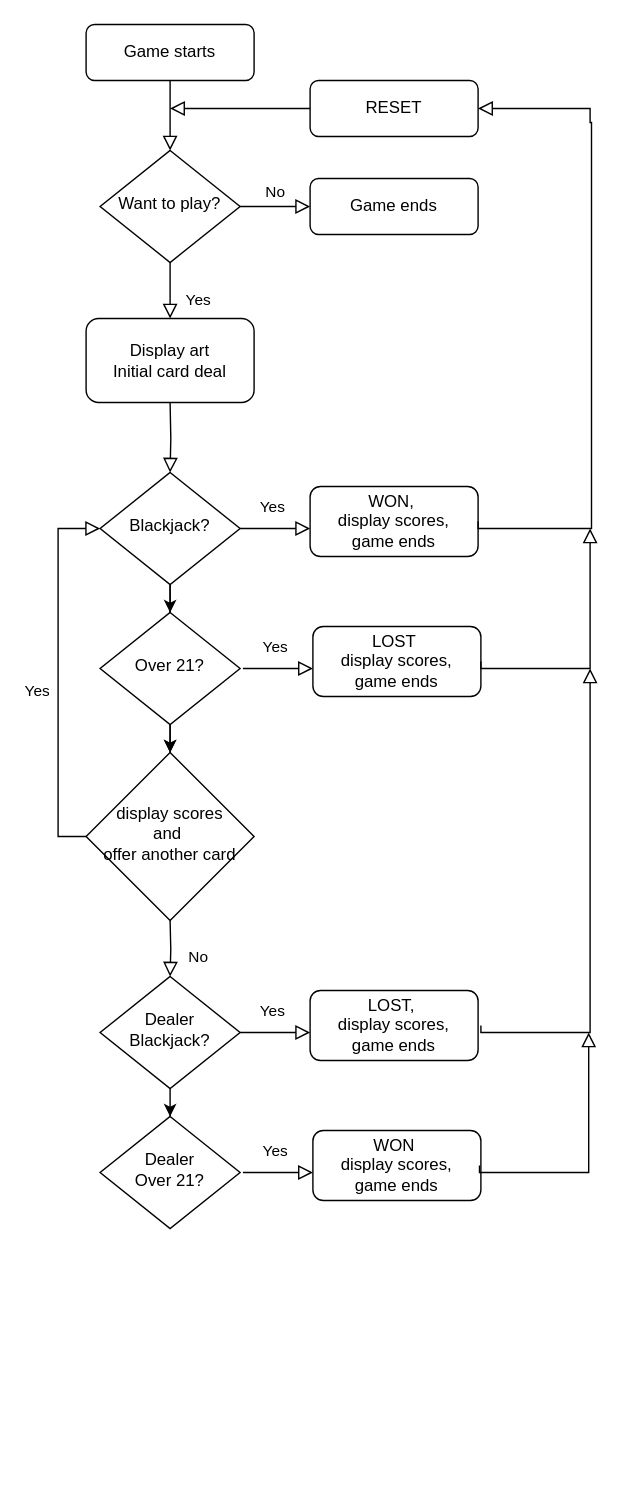
Before: blackjack/Flowchart.drawio in mirella4real/python-projects, a draw.io diagram. Source tidied: cells renumbered, new cells numbered last; positions are measured from the earlier drawing's top-left corner, leaving out a move shared by most shapes. Both pictures are drawn from the tidied source at 140%, with x=0, y=0 at pixel (85, 24).
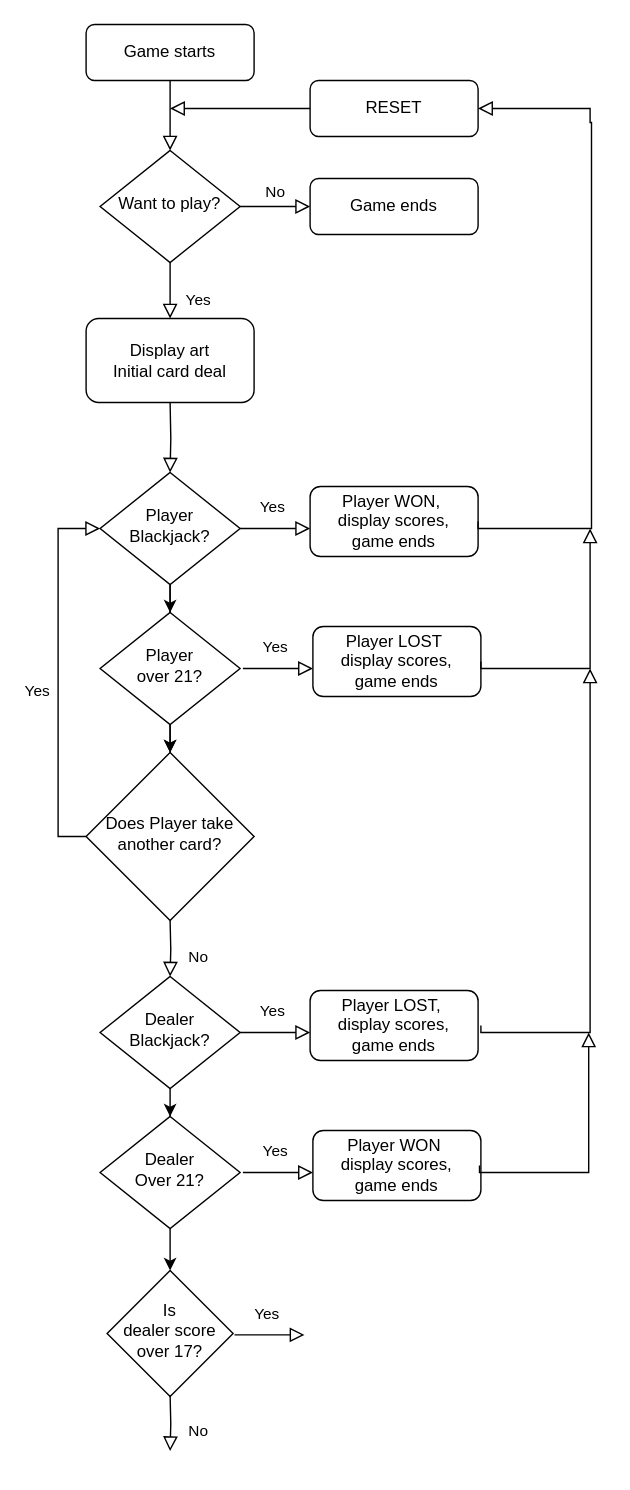
The same page after the edit.

Commit message:
Update to partial flowchart

Unchanged cells that the change refers to:
```xml
<mxCell id="32" value="Dealer&lt;div&gt;Over 21?&lt;/div&gt;" style="rhombus;whiteSpace=wrap;html=1;shadow=0;strokeWidth=1;spacing=6;spacingTop=-4;" parent="1" vertex="1">
  <mxGeometry x="10" y="780" width="100" height="80" as="geometry" />
</mxCell>
```

Diff of the diagram source:
```diff
@@
-    <mxCell id="12" value="Blackjack?" style="rhombus;whiteSpace=wrap;html=1;shadow=0;fontFamily=Helvetica;fontSize=12;align=center;strokeWidth=1;spacing=6;spacingTop=-4;" parent="1" vertex="1">
+    <mxCell id="12" value="Player&lt;div&gt;Blackjack?&lt;/div&gt;" style="rhombus;whiteSpace=wrap;html=1;shadow=0;fontFamily=Helvetica;fontSize=12;align=center;strokeWidth=1;spacing=6;spacingTop=-4;" parent="1" vertex="1">
       <mxGeometry x="10" y="320" width="100" height="80" as="geometry" />
     </mxCell>
@@
-    <mxCell id="15" value="WON,&amp;nbsp;&lt;div&gt;display scores,&lt;div&gt;game ends&lt;/div&gt;&lt;/div&gt;" style="rounded=1;whiteSpace=wrap;html=1;fontSize=12;glass=0;strokeWidth=1;shadow=0;" parent="1" vertex="1">
+    <mxCell id="15" value="Player WON,&amp;nbsp;&lt;div&gt;display scores,&lt;div&gt;game ends&lt;/div&gt;&lt;/div&gt;" style="rounded=1;whiteSpace=wrap;html=1;fontSize=12;glass=0;strokeWidth=1;shadow=0;" parent="1" vertex="1">
       <mxGeometry x="160" y="330" width="120" height="50" as="geometry" />
     </mxCell>
@@
-    <mxCell id="17" value="display scores&lt;div&gt;and&amp;nbsp;&lt;/div&gt;&lt;div&gt;offer another card&lt;/div&gt;" style="rhombus;whiteSpace=wrap;html=1;shadow=0;strokeWidth=1;spacing=6;spacingTop=-4;" parent="1" vertex="1">
+    <mxCell id="17" value="Does Player take another card?" style="rhombus;whiteSpace=wrap;html=1;shadow=0;strokeWidth=1;spacing=6;spacingTop=-4;" parent="1" vertex="1">
       <mxGeometry y="520" width="120" height="120" as="geometry" />
     </mxCell>
@@
-    <mxCell id="21" value="Over 21?" style="rhombus;whiteSpace=wrap;html=1;shadow=0;strokeWidth=1;spacing=6;spacingTop=-4;" parent="1" vertex="1">
+    <mxCell id="21" value="Player&lt;div&gt;over 21?&lt;/div&gt;" style="rhombus;whiteSpace=wrap;html=1;shadow=0;strokeWidth=1;spacing=6;spacingTop=-4;" parent="1" vertex="1">
       <mxGeometry x="10" y="420" width="100" height="80" as="geometry" />
     </mxCell>
@@
-    <mxCell id="23" value="LOST&amp;nbsp;&lt;div&gt;display scores,&lt;div&gt;game ends&lt;/div&gt;&lt;/div&gt;" style="rounded=1;whiteSpace=wrap;html=1;fontSize=12;glass=0;strokeWidth=1;shadow=0;" parent="1" vertex="1">
+    <mxCell id="23" value="Player LOST&amp;nbsp;&lt;div&gt;display scores,&lt;div&gt;game ends&lt;/div&gt;&lt;/div&gt;" style="rounded=1;whiteSpace=wrap;html=1;fontSize=12;glass=0;strokeWidth=1;shadow=0;" parent="1" vertex="1">
       <mxGeometry x="162" y="430" width="120" height="50" as="geometry" />
     </mxCell>
@@
-    <mxCell id="29" value="LOST,&amp;nbsp;&lt;div&gt;display scores,&lt;div&gt;game ends&lt;/div&gt;&lt;/div&gt;" style="rounded=1;whiteSpace=wrap;html=1;fontSize=12;glass=0;strokeWidth=1;shadow=0;" parent="1" vertex="1">
+    <mxCell id="29" value="Player LOST,&amp;nbsp;&lt;div&gt;display scores,&lt;div&gt;game ends&lt;/div&gt;&lt;/div&gt;" style="rounded=1;whiteSpace=wrap;html=1;fontSize=12;glass=0;strokeWidth=1;shadow=0;" parent="1" vertex="1">
       <mxGeometry x="160" y="690" width="120" height="50" as="geometry" />
     </mxCell>
-    <mxCell id="30" value="WON&amp;nbsp;&lt;div&gt;display scores,&lt;div&gt;game ends&lt;/div&gt;&lt;/div&gt;" style="rounded=1;whiteSpace=wrap;html=1;fontSize=12;glass=0;strokeWidth=1;shadow=0;" parent="1" vertex="1">
+    <mxCell id="30" value="Player WON&amp;nbsp;&lt;div&gt;display scores,&lt;div&gt;game ends&lt;/div&gt;&lt;/div&gt;" style="rounded=1;whiteSpace=wrap;html=1;fontSize=12;glass=0;strokeWidth=1;shadow=0;" parent="1" vertex="1">
       <mxGeometry x="162" y="790" width="120" height="50" as="geometry" />
     </mxCell>
@@
+    <mxCell id="35" style="edgeStyle=orthogonalEdgeStyle;rounded=0;jettySize=auto;html=1;" parent="1" edge="1" source="32" target="36">
+      <mxGeometry relative="1" as="geometry" />
+    </mxCell>
@@
+    <mxCell id="36" value="Is&lt;div&gt;dealer score over 17?&lt;/div&gt;" style="rhombus;whiteSpace=wrap;html=1;shadow=0;strokeWidth=1;spacing=6;spacingTop=-4;" parent="1" vertex="1">
+      <mxGeometry x="15" y="890" width="90" height="90" as="geometry" />
+    </mxCell>
+    <mxCell id="37" value="No" style="rounded=0;html=1;jettySize=auto;orthogonalLoop=1;fontSize=11;endArrow=block;endFill=0;endSize=8;strokeWidth=1;shadow=0;labelBackgroundColor=none;edgeStyle=orthogonalEdgeStyle;exitX=0.5;exitY=1;exitDx=0;exitDy=0;" parent="1" edge="1">
+      <mxGeometry x="0.33" y="20" relative="1" as="geometry">
+        <mxPoint x="60" y="979" as="sourcePoint" />
+        <mxPoint x="60" y="1019" as="targetPoint" />
+      </mxGeometry>
+    </mxCell>
+    <mxCell id="38" value="Yes" style="edgeStyle=orthogonalEdgeStyle;rounded=0;html=1;jettySize=auto;orthogonalLoop=1;fontSize=11;endArrow=block;endFill=0;endSize=8;strokeWidth=1;shadow=0;labelBackgroundColor=none;exitX=1;exitY=0.5;exitDx=0;exitDy=0;" parent="1" edge="1">
+      <mxGeometry x="-0.08" y="15" relative="1" as="geometry">
+        <mxPoint x="106" y="936" as="sourcePoint" />
+        <mxPoint x="156" y="936" as="targetPoint" />
+      </mxGeometry>
+    </mxCell>
```
